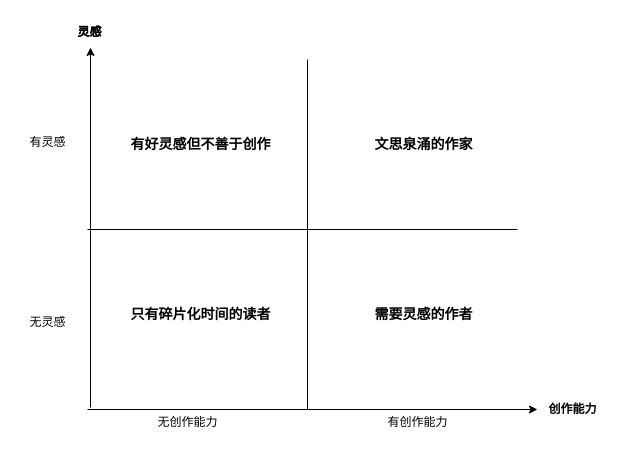
Before: 未命名绘图.drawio in Flover-am/drawioRep, a draw.io diagram. Source tidied: cells renumbered, new cells numbered last; positions are measured from the earlier drawing's top-left corner, leaving out a move shared by most shapes. Both pictures are drawn from the tidied source at 100%, with x=0, y=0 at pixel (17, 17).
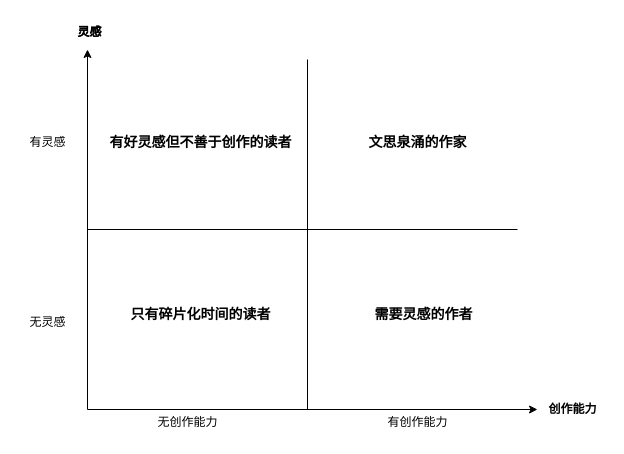
The same page after the edit.

The edit, as a diff of the source:
```diff
@@
     <mxCell id="3" style="endArrow=classic;html=1;rounded=0;" parent="1" edge="1">
       <mxGeometry relative="1" as="geometry">
-        <mxPoint x="73" y="390" as="sourcePoint" />
-        <mxPoint x="73" y="30" as="targetPoint" />
+        <mxPoint x="70" y="392" as="sourcePoint" />
+        <mxPoint x="70" y="32" as="targetPoint" />
       </mxGeometry>
     </mxCell>
@@
-    <mxCell id="14" value="有好灵感但不善于创作" style="text;html=1;align=center;verticalAlign=middle;whiteSpace=wrap;rounded=0;fontStyle=1;fontSize=14;" parent="1" vertex="1">
-      <mxGeometry x="97" y="112" width="173" height="30" as="geometry" />
+    <mxCell id="14" value="有好灵感但不善于创作的读者" style="text;html=1;align=center;verticalAlign=middle;whiteSpace=wrap;rounded=0;fontStyle=1;fontSize=14;" parent="1" vertex="1">
+      <mxGeometry x="87" y="110" width="193" height="30" as="geometry" />
     </mxCell>
     <mxCell id="15" value="文思泉涌的作家" style="text;html=1;align=center;verticalAlign=middle;whiteSpace=wrap;rounded=0;fontStyle=1;fontSize=14;" parent="1" vertex="1">
-      <mxGeometry x="320" y="112" width="173" height="30" as="geometry" />
+      <mxGeometry x="313.5" y="110" width="173" height="30" as="geometry" />
     </mxCell>
```
